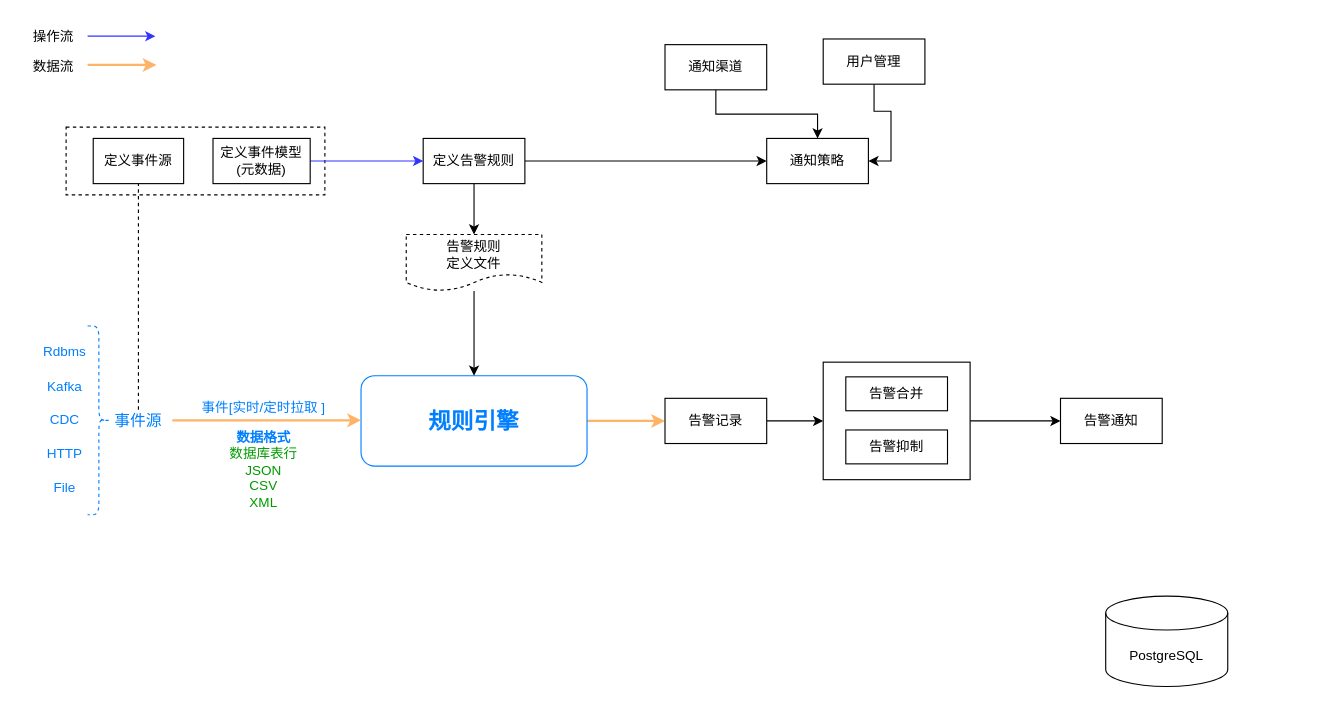
Earlier version of the draw.io diagram page "架构图" (1 of 3) of 设计.drawio (tom1978/alarm). Source tidied: cells renumbered, new cells numbered last; positions are measured from the earlier drawing's top-left corner, leaving out a move shared by most shapes. Both pictures are drawn from the tidied source at 113%, with x=0, y=0 at pixel (19, 19).
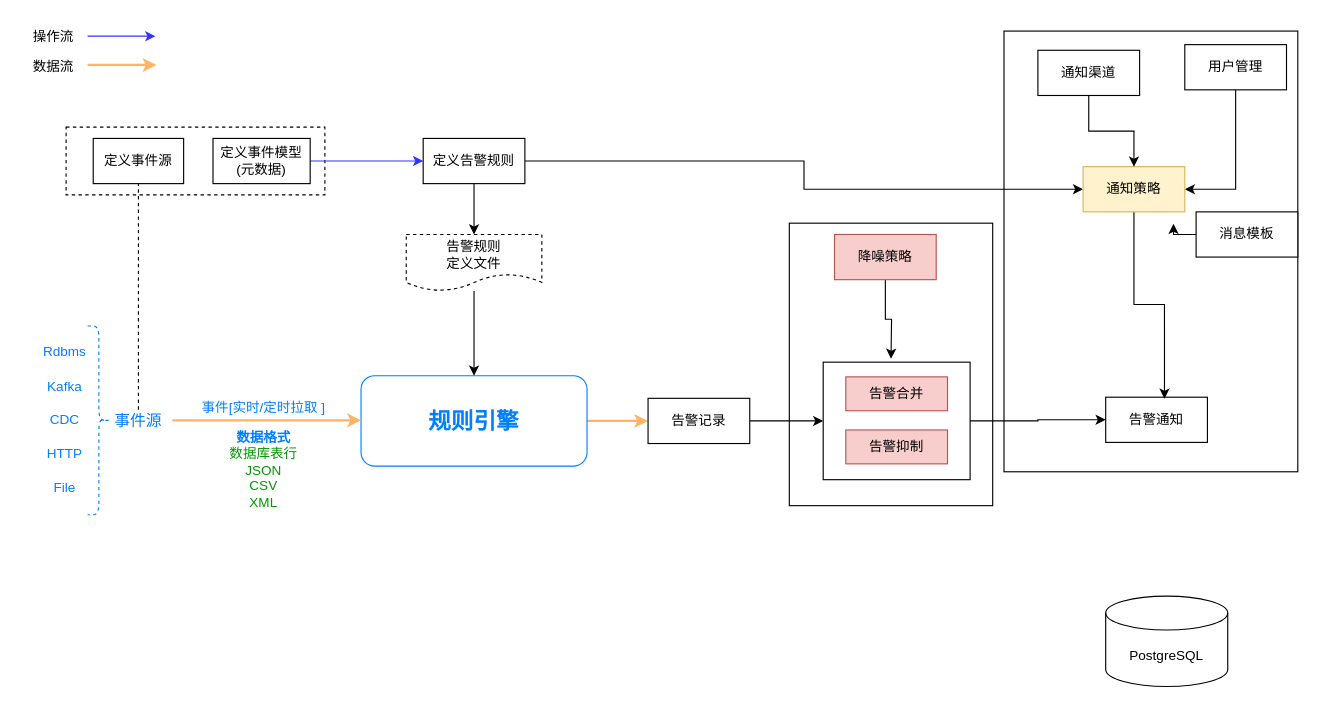
Above is the later version.

Diff of the diagram source:
```diff
@@
+    <mxCell id="42" style="rounded=0;whiteSpace=wrap;html=1;" parent="1" vertex="1">
+      <mxGeometry x="681" y="180" width="180" height="250" as="geometry" />
+    </mxCell>
+    <mxCell id="43" style="rounded=0;whiteSpace=wrap;html=1;" parent="1" vertex="1">
+      <mxGeometry x="871" y="10" width="260" height="390" as="geometry" />
+    </mxCell>
@@
     <mxCell id="25" value="告警记录" style="rounded=0;whiteSpace=wrap;html=1;" parent="1" vertex="1">
-      <mxGeometry x="571" y="335" width="90" height="40" as="geometry" />
+      <mxGeometry x="556" y="335" width="90" height="40" as="geometry" />
     </mxCell>
     <mxCell id="26" value="告警通知" style="rounded=0;whiteSpace=wrap;html=1;" parent="1" vertex="1">
-      <mxGeometry x="921" y="335" width="90" height="40" as="geometry" />
+      <mxGeometry x="961" y="334" width="90" height="40" as="geometry" />
     </mxCell>
@@
     <mxCell id="33" value="用户管理" style="rounded=0;whiteSpace=wrap;html=1;" parent="1" vertex="1">
-      <mxGeometry x="711" y="17" width="90" height="40" as="geometry" />
+      <mxGeometry x="1031" y="22" width="90" height="40" as="geometry" />
     </mxCell>
+    <mxCell id="44" style="edgeStyle=orthogonalEdgeStyle;rounded=0;jettySize=auto;html=1;entryX=0.578;entryY=0.035;entryDx=0;entryDy=0;entryPerimeter=0;" parent="1" edge="1" source="34" target="26">
+      <mxGeometry relative="1" as="geometry" />
+    </mxCell>
-    <mxCell id="34" value="通知策略" style="rounded=0;whiteSpace=wrap;html=1;" parent="1" vertex="1">
-      <mxGeometry x="661" y="105" width="90" height="40" as="geometry" />
+    <mxCell id="34" value="通知策略" style="rounded=0;whiteSpace=wrap;html=1;fillColor=#fff2cc;strokeColor=#d6b656;" parent="1" vertex="1">
+      <mxGeometry x="941" y="130" width="90" height="40" as="geometry" />
     </mxCell>
@@
     <mxCell id="36" value="通知渠道" style="rounded=0;whiteSpace=wrap;html=1;" parent="1" vertex="1">
-      <mxGeometry x="571" y="22" width="90" height="40" as="geometry" />
+      <mxGeometry x="901" y="27" width="90" height="40" as="geometry" />
     </mxCell>
@@
-    <mxCell id="39" value="告警合并" style="rounded=0;whiteSpace=wrap;html=1;" parent="1" vertex="1">
+    <mxCell id="39" value="告警合并" style="rounded=0;whiteSpace=wrap;html=1;fillColor=#f8cecc;strokeColor=#b85450;" parent="1" vertex="1">
       <mxGeometry x="731" y="316" width="90" height="30" as="geometry" />
     </mxCell>
-    <mxCell id="40" value="告警抑制" style="rounded=0;whiteSpace=wrap;html=1;" parent="1" vertex="1">
+    <mxCell id="40" value="告警抑制" style="rounded=0;whiteSpace=wrap;html=1;fillColor=#f8cecc;strokeColor=#b85450;" parent="1" vertex="1">
       <mxGeometry x="731" y="363" width="90" height="30" as="geometry" />
     </mxCell>
@@
+    <mxCell id="45" style="edgeStyle=orthogonalEdgeStyle;rounded=0;jettySize=auto;html=1;" parent="1" edge="1" source="46">
+      <mxGeometry relative="1" as="geometry">
+        <mxPoint x="771" y="300" as="targetPoint" />
+      </mxGeometry>
+    </mxCell>
+    <mxCell id="46" value="降噪策略" style="rounded=0;whiteSpace=wrap;html=1;fillColor=#f8cecc;strokeColor=#b85450;" parent="1" vertex="1">
+      <mxGeometry x="721" y="190" width="90" height="40" as="geometry" />
+    </mxCell>
+    <mxCell id="47" style="edgeStyle=orthogonalEdgeStyle;rounded=0;jettySize=auto;html=1;" parent="1" edge="1" source="48">
+      <mxGeometry relative="1" as="geometry">
+        <mxPoint x="1021" y="180" as="targetPoint" />
+      </mxGeometry>
+    </mxCell>
+    <mxCell id="48" value="消息模板" style="rounded=0;whiteSpace=wrap;html=1;" parent="1" vertex="1">
+      <mxGeometry x="1041" y="170" width="90" height="40" as="geometry" />
+    </mxCell>
```
